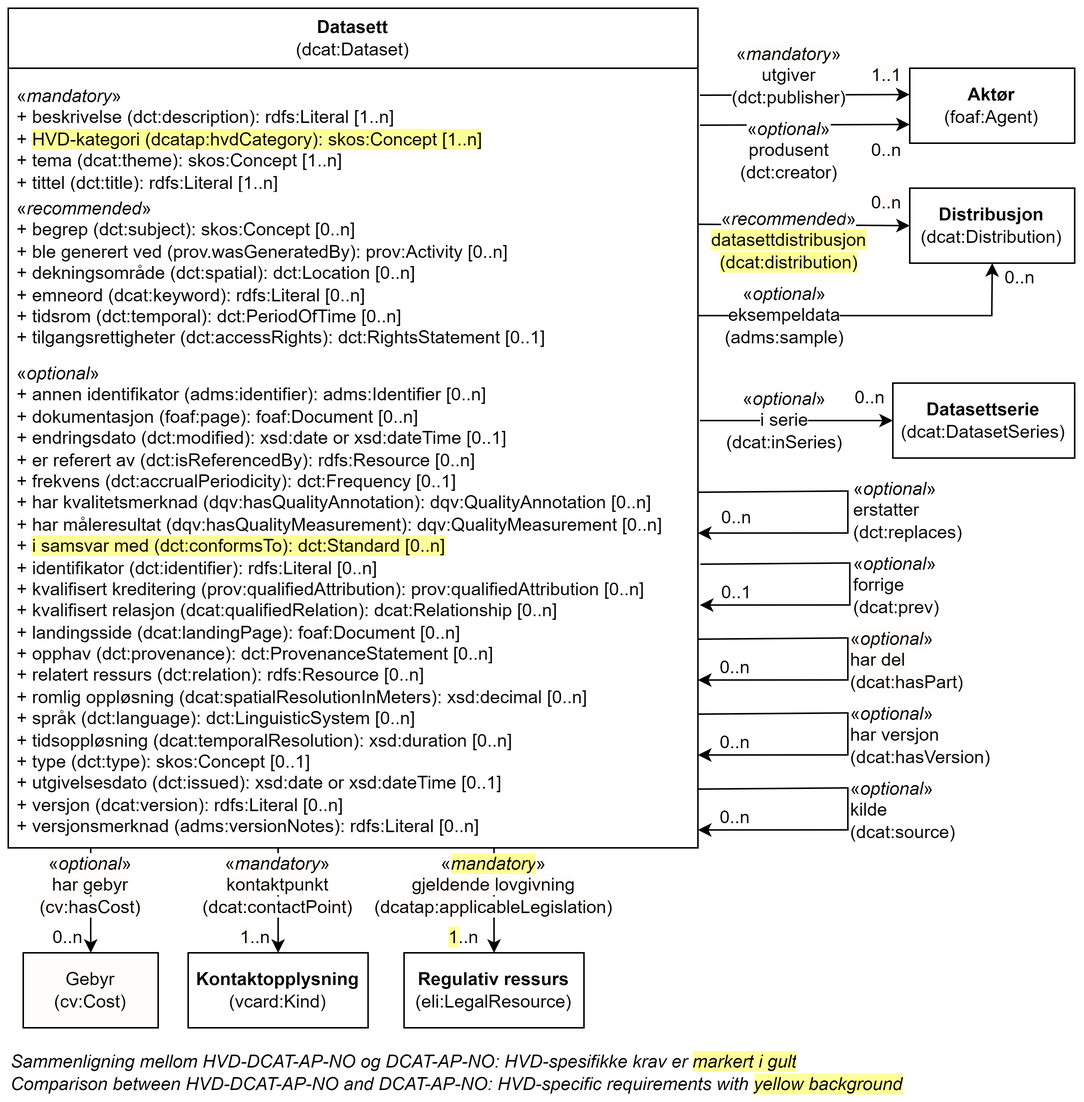
The draw.io diagram docs/images/Klassen-Datasett.png in Informasjonsforvaltning/hvd-dcat-ap-no, before a commit. Source tidied: cells renumbered, new cells last; positions are measured from the earlier drawing's top-left corner, leaving out a move shared by most shapes.
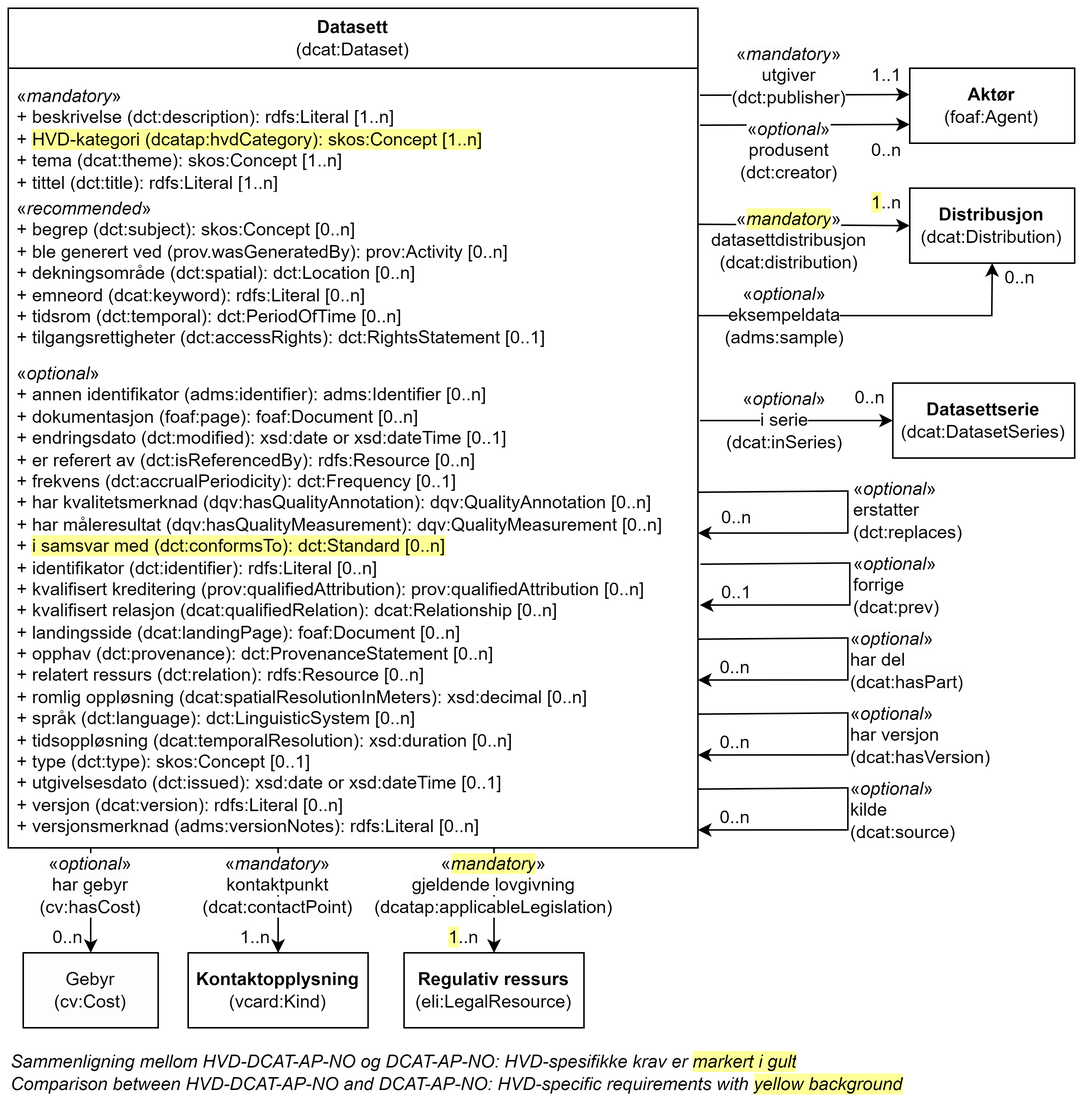
The same diagram one commit later.

Commit message:
Tilpasses to EUs høringsutkast DCAT-AP HVD v.3

The edit, as a diff of the source:
```diff
@@ -65,10 +65,10 @@
         <mxPoint x="460" y="144.1" as="sourcePoint" />
       </mxGeometry>
     </mxCell>
-    <mxCell id="21" value="&lt;span style=&quot;background-color: rgb(254, 253, 251);&quot;&gt;«&lt;/span&gt;&lt;i style=&quot;background-color: rgb(254, 253, 251);&quot;&gt;recommended&lt;/i&gt;&lt;span style=&quot;background-color: rgb(254, 253, 251); text-align: left;&quot;&gt;»&lt;br&gt;&lt;/span&gt;&lt;span style=&quot;background-color: rgb(255, 255, 153);&quot;&gt;datasettdistribusjon&lt;br&gt;(dcat:distribution)&lt;/span&gt;" style="text;html=1;strokeColor=none;fillColor=none;align=center;verticalAlign=middle;whiteSpace=wrap;rounded=0;" parent="1" vertex="1">
+    <mxCell id="21" value="&lt;span style=&quot;background-color: rgb(254, 253, 251);&quot;&gt;«&lt;/span&gt;&lt;i style=&quot;background-color: rgb(255, 255, 153);&quot;&gt;mandatory&lt;/i&gt;&lt;span style=&quot;background-color: rgb(254, 253, 251); text-align: left;&quot;&gt;»&lt;br&gt;&lt;/span&gt;&lt;span style=&quot;background-color: rgb(254, 253, 251);&quot;&gt;datasettdistribusjon&lt;br&gt;(dcat:distribution)&lt;/span&gt;" style="text;html=1;strokeColor=none;fillColor=none;align=center;verticalAlign=middle;whiteSpace=wrap;rounded=0;" parent="1" vertex="1">
       <mxGeometry x="491.3" y="140" width="60" height="30" as="geometry" />
     </mxCell>
-    <mxCell id="22" value="&lt;span style=&quot;background-color: rgb(254, 253, 251);&quot;&gt;0..n&lt;/span&gt;" style="text;html=1;strokeColor=none;fillColor=none;align=center;verticalAlign=middle;whiteSpace=wrap;rounded=0;" parent="1" vertex="1">
+    <mxCell id="22" value="&lt;span style=&quot;background-color: rgb(255, 255, 153);&quot;&gt;1&lt;/span&gt;&lt;span style=&quot;background-color: rgb(254, 253, 251);&quot;&gt;..n&lt;/span&gt;" style="text;html=1;strokeColor=none;fillColor=none;align=center;verticalAlign=middle;whiteSpace=wrap;rounded=0;" parent="1" vertex="1">
       <mxGeometry x="571.3" y="120" width="30" height="20" as="geometry" />
     </mxCell>
     <mxCell id="23" style="endArrow=classic;html=1;rounded=0;entryX=0;entryY=0.5;entryDx=0;entryDy=0;" parent="1" edge="1" target="12">
```
